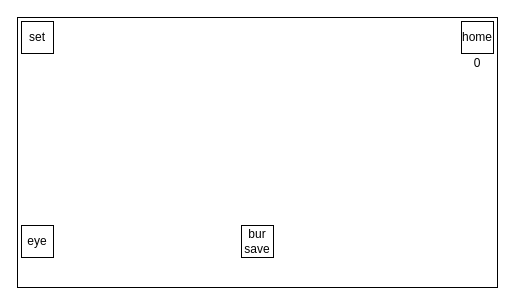
The draw.io diagram Untitled bur-2.drawio in Pre-vious/draw.io, before the edit. Source tidied: cells renumbered, new cells numbered last; positions are measured from the earlier drawing's top-left corner, leaving out a move shared by most shapes. Both pictures are drawn from the tidied source at 100%, with x=0, y=0 at pixel (17, 17).
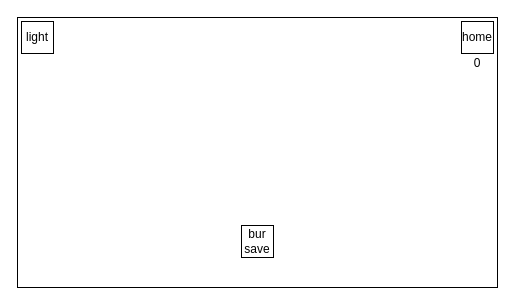
The same diagram, later.

Change to the diagram source:
```diff
@@
 <mxGraphModel>
   <root>
     <mxCell id="0" />
     <mxCell id="1" parent="0" />
     <mxCell id="2" style="rounded=0;whiteSpace=wrap;html=1;" parent="1" vertex="1">
       <mxGeometry width="480" height="270" as="geometry" />
     </mxCell>
-    <mxCell id="3" value="set" style="whiteSpace=wrap;html=1;" parent="1" vertex="1">
+    <mxCell id="3" value="light" style="whiteSpace=wrap;html=1;" parent="1" vertex="1">
       <mxGeometry x="4" y="4" width="32" height="32" as="geometry" />
     </mxCell>
     <mxCell id="4" value="home" style="whiteSpace=wrap;html=1;" parent="1" vertex="1">
       <mxGeometry x="444" y="4" width="32" height="32" as="geometry" />
     </mxCell>
     <mxCell id="5" value="0" style="text;html=1;strokeColor=none;fillColor=none;align=center;verticalAlign=middle;whiteSpace=wrap;rounded=0;" parent="1" vertex="1">
       <mxGeometry x="440" y="36" width="40" height="20" as="geometry" />
     </mxCell>
     <mxCell id="6" value="&lt;div&gt;bur&lt;/div&gt;&lt;div&gt;save&lt;br&gt;&lt;/div&gt;" style="whiteSpace=wrap;html=1;" parent="1" vertex="1">
       <mxGeometry x="224" y="208" width="32" height="32" as="geometry" />
     </mxCell>
-    <mxCell id="7" value="eye" style="whiteSpace=wrap;html=1;" parent="1" vertex="1">
-      <mxGeometry x="4" y="208" width="32" height="32" as="geometry" />
-    </mxCell>
   </root>
 </mxGraphModel>
```
